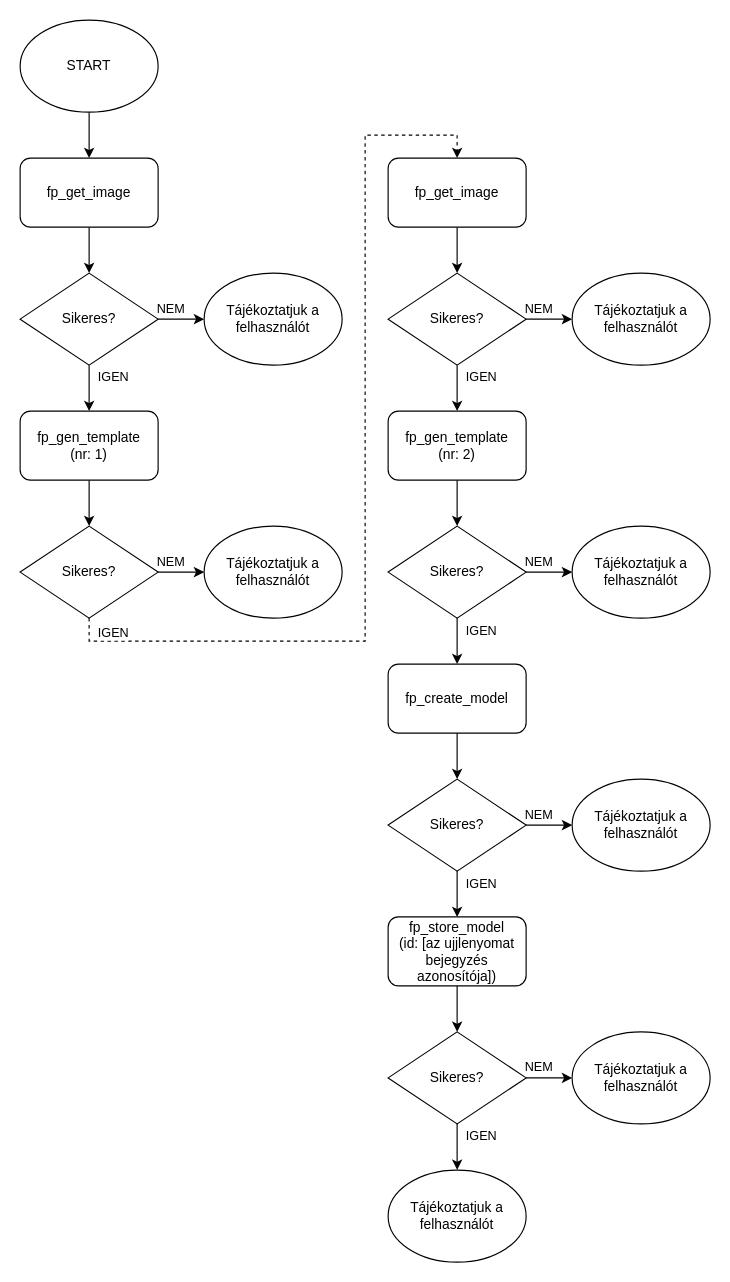
Mlevike/okos-belepteto-rendszer keeps this draw.io diagram as documentation/images/fp_enroll_process.drawio. Above is the earlier version. Source tidied: cells renumbered, new cells numbered last; positions are measured from the earlier drawing's top-left corner, leaving out a move shared by most shapes. Both pictures are drawn from the tidied source at 115%, with x=0, y=0 at pixel (20, 20).
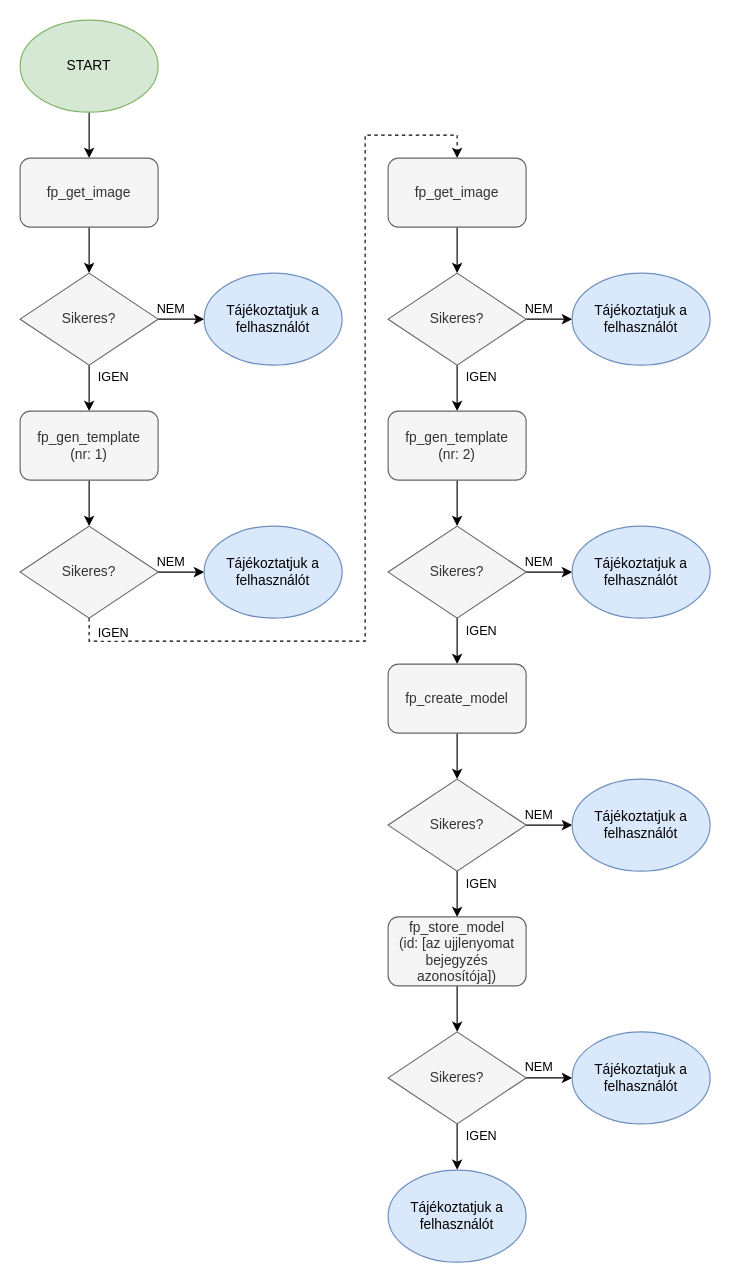
After the change.

Commit message (it also covers changes not shown here):
Update fingerprint enroll diagram

Diff of the diagram source:
```diff
@@
-    <mxCell id="3" value="START" style="ellipse;whiteSpace=wrap;html=1;" parent="1" vertex="1">
+    <mxCell id="3" value="START" style="ellipse;whiteSpace=wrap;html=1;fillColor=#d5e8d4;strokeColor=#82b366;" parent="1" vertex="1">
       <mxGeometry width="120" height="80" as="geometry" />
     </mxCell>
@@
-    <mxCell id="5" value="fp_get_image" style="rounded=1;whiteSpace=wrap;html=1;" parent="1" vertex="1">
+    <mxCell id="5" value="fp_get_image" style="rounded=1;whiteSpace=wrap;html=1;fillColor=#f5f5f5;fontColor=#333333;strokeColor=#666666;" parent="1" vertex="1">
       <mxGeometry y="120" width="120" height="60" as="geometry" />
     </mxCell>
@@
-    <mxCell id="10" value="Sikeres?" style="rhombus;whiteSpace=wrap;html=1;" parent="1" vertex="1">
+    <mxCell id="10" value="Sikeres?" style="rhombus;whiteSpace=wrap;html=1;fillColor=#f5f5f5;fontColor=#333333;strokeColor=#666666;" parent="1" vertex="1">
       <mxGeometry y="220" width="120" height="80" as="geometry" />
     </mxCell>
-    <mxCell id="11" value="Tájékoztatjuk a felhasználót" style="ellipse;whiteSpace=wrap;html=1;" parent="1" vertex="1">
+    <mxCell id="11" value="Tájékoztatjuk a felhasználót" style="ellipse;whiteSpace=wrap;html=1;fillColor=#dae8fc;strokeColor=#6c8ebf;" parent="1" vertex="1">
       <mxGeometry x="160" y="220" width="120" height="80" as="geometry" />
     </mxCell>
@@
-    <mxCell id="13" value="fp_gen_template&lt;br&gt;(nr: 1)" style="rounded=1;whiteSpace=wrap;html=1;" parent="1" vertex="1">
+    <mxCell id="13" value="fp_gen_template&lt;br&gt;(nr: 1)" style="rounded=1;whiteSpace=wrap;html=1;fillColor=#f5f5f5;strokeColor=#666666;fontColor=#333333;" parent="1" vertex="1">
       <mxGeometry y="340" width="120" height="60" as="geometry" />
     </mxCell>
@@
-    <mxCell id="18" value="Sikeres?" style="rhombus;whiteSpace=wrap;html=1;" parent="1" vertex="1">
+    <mxCell id="18" value="Sikeres?" style="rhombus;whiteSpace=wrap;html=1;fillColor=#f5f5f5;fontColor=#333333;strokeColor=#666666;" parent="1" vertex="1">
       <mxGeometry y="440" width="120" height="80" as="geometry" />
     </mxCell>
-    <mxCell id="19" value="Tájékoztatjuk a felhasználót" style="ellipse;whiteSpace=wrap;html=1;" parent="1" vertex="1">
+    <mxCell id="19" value="Tájékoztatjuk a felhasználót" style="ellipse;whiteSpace=wrap;html=1;fillColor=#dae8fc;strokeColor=#6c8ebf;" parent="1" vertex="1">
       <mxGeometry x="160" y="440" width="120" height="80" as="geometry" />
     </mxCell>
@@
-    <mxCell id="21" value="fp_get_image" style="rounded=1;whiteSpace=wrap;html=1;" parent="1" vertex="1">
+    <mxCell id="21" value="fp_get_image" style="rounded=1;whiteSpace=wrap;html=1;fillColor=#f5f5f5;strokeColor=#666666;fontColor=#333333;" parent="1" vertex="1">
       <mxGeometry x="320" y="120" width="120" height="60" as="geometry" />
     </mxCell>
@@
-    <mxCell id="26" value="Sikeres?" style="rhombus;whiteSpace=wrap;html=1;" parent="1" vertex="1">
+    <mxCell id="26" value="Sikeres?" style="rhombus;whiteSpace=wrap;html=1;fillColor=#f5f5f5;fontColor=#333333;strokeColor=#666666;" parent="1" vertex="1">
       <mxGeometry x="320" y="220" width="120" height="80" as="geometry" />
     </mxCell>
-    <mxCell id="27" value="Tájékoztatjuk a felhasználót" style="ellipse;whiteSpace=wrap;html=1;" parent="1" vertex="1">
+    <mxCell id="27" value="Tájékoztatjuk a felhasználót" style="ellipse;whiteSpace=wrap;html=1;fillColor=#dae8fc;strokeColor=#6c8ebf;" parent="1" vertex="1">
       <mxGeometry x="480" y="220" width="120" height="80" as="geometry" />
     </mxCell>
@@
-    <mxCell id="29" value="fp_gen_template&lt;br&gt;(nr: 2)" style="rounded=1;whiteSpace=wrap;html=1;" parent="1" vertex="1">
+    <mxCell id="29" value="fp_gen_template&lt;br&gt;(nr: 2)" style="rounded=1;whiteSpace=wrap;html=1;fillColor=#f5f5f5;fontColor=#333333;strokeColor=#666666;" parent="1" vertex="1">
       <mxGeometry x="320" y="340" width="120" height="60" as="geometry" />
     </mxCell>
@@
-    <mxCell id="34" value="Sikeres?" style="rhombus;whiteSpace=wrap;html=1;" parent="1" vertex="1">
+    <mxCell id="34" value="Sikeres?" style="rhombus;whiteSpace=wrap;html=1;fillColor=#f5f5f5;fontColor=#333333;strokeColor=#666666;" parent="1" vertex="1">
       <mxGeometry x="320" y="440" width="120" height="80" as="geometry" />
     </mxCell>
-    <mxCell id="35" value="Tájékoztatjuk a felhasználót" style="ellipse;whiteSpace=wrap;html=1;" parent="1" vertex="1">
+    <mxCell id="35" value="Tájékoztatjuk a felhasználót" style="ellipse;whiteSpace=wrap;html=1;fillColor=#dae8fc;strokeColor=#6c8ebf;" parent="1" vertex="1">
       <mxGeometry x="480" y="440" width="120" height="80" as="geometry" />
     </mxCell>
@@
-    <mxCell id="37" value="fp_create_model" style="rounded=1;whiteSpace=wrap;html=1;" parent="1" vertex="1">
+    <mxCell id="37" value="fp_create_model" style="rounded=1;whiteSpace=wrap;html=1;fillColor=#f5f5f5;fontColor=#333333;strokeColor=#666666;" parent="1" vertex="1">
       <mxGeometry x="320" y="560" width="120" height="60" as="geometry" />
     </mxCell>
@@
-    <mxCell id="42" value="Sikeres?" style="rhombus;whiteSpace=wrap;html=1;" parent="1" vertex="1">
+    <mxCell id="42" value="Sikeres?" style="rhombus;whiteSpace=wrap;html=1;fillColor=#f5f5f5;fontColor=#333333;strokeColor=#666666;" parent="1" vertex="1">
       <mxGeometry x="320" y="660" width="120" height="80" as="geometry" />
     </mxCell>
-    <mxCell id="43" value="Tájékoztatjuk a felhasználót" style="ellipse;whiteSpace=wrap;html=1;" parent="1" vertex="1">
+    <mxCell id="43" value="Tájékoztatjuk a felhasználót" style="ellipse;whiteSpace=wrap;html=1;fillColor=#dae8fc;strokeColor=#6c8ebf;" parent="1" vertex="1">
       <mxGeometry x="480" y="660" width="120" height="80" as="geometry" />
     </mxCell>
@@
-    <mxCell id="46" value="fp_store_model&lt;br&gt;(id: [az ujjlenyomat bejegyzés azonosítója])" style="rounded=1;whiteSpace=wrap;html=1;" parent="1" vertex="1">
+    <mxCell id="46" value="fp_store_model&lt;br&gt;(id: [az ujjlenyomat bejegyzés azonosítója])" style="rounded=1;whiteSpace=wrap;html=1;fillColor=#f5f5f5;fontColor=#333333;strokeColor=#666666;" parent="1" vertex="1">
       <mxGeometry x="320" y="779.8" width="120" height="60" as="geometry" />
     </mxCell>
@@
-    <mxCell id="51" value="Sikeres?" style="rhombus;whiteSpace=wrap;html=1;" parent="1" vertex="1">
+    <mxCell id="51" value="Sikeres?" style="rhombus;whiteSpace=wrap;html=1;fillColor=#f5f5f5;fontColor=#333333;strokeColor=#666666;" parent="1" vertex="1">
       <mxGeometry x="320" y="879.8" width="120" height="80" as="geometry" />
     </mxCell>
-    <mxCell id="52" value="Tájékoztatjuk a felhasználót" style="ellipse;whiteSpace=wrap;html=1;" parent="1" vertex="1">
+    <mxCell id="52" value="Tájékoztatjuk a felhasználót" style="ellipse;whiteSpace=wrap;html=1;fillColor=#dae8fc;strokeColor=#6c8ebf;" parent="1" vertex="1">
       <mxGeometry x="480" y="879.8" width="120" height="80" as="geometry" />
     </mxCell>
-    <mxCell id="53" value="Tájékoztatjuk a felhasználót" style="ellipse;whiteSpace=wrap;html=1;" parent="1" vertex="1">
+    <mxCell id="53" value="Tájékoztatjuk a felhasználót" style="ellipse;whiteSpace=wrap;html=1;fillColor=#dae8fc;strokeColor=#6c8ebf;" parent="1" vertex="1">
       <mxGeometry x="320" y="1000" width="120" height="80" as="geometry" />
     </mxCell>
```
